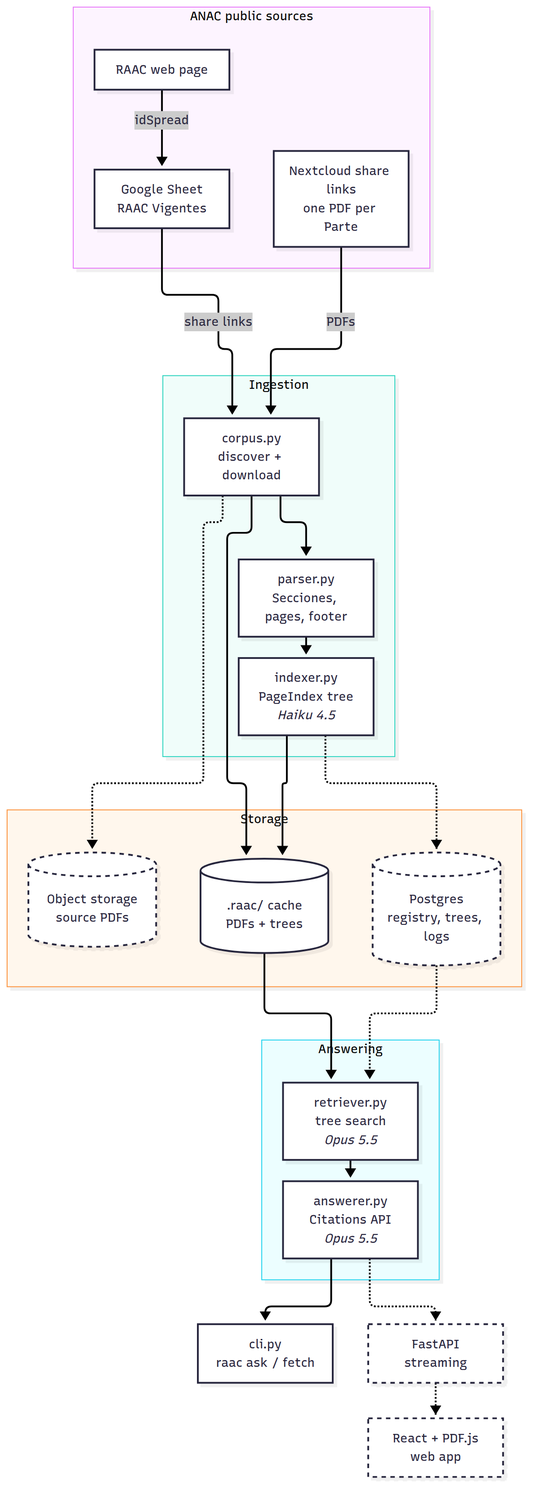
Above: docs/diagrams/architecture.png in Guernik/raac-rag (Mermaid), before the change. Its source is kept beside it as docs/diagrams/architecture.mmd.
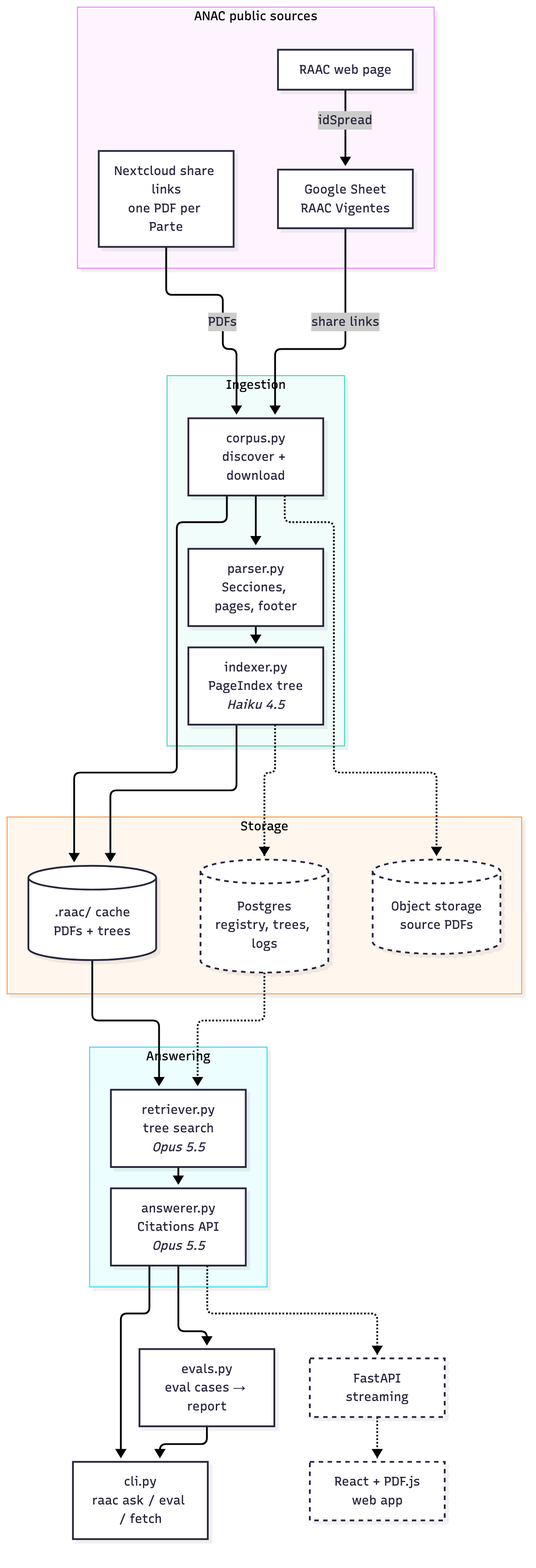
After the change.

Commit message:
docs: diagrams reflect ADR 0003 Framing, coverage line and raac eval

What changed in the source:
```diff
@@ -22,7 +22,9 @@
         answerer["answerer.py<br/>Citations API<br/><i>Opus 5.5</i>"]
     end
 
-    cli["cli.py<br/>raac ask / fetch"]
+    evals["evals.py<br/>eval cases → report"]
+
+    cli["cli.py<br/>raac ask / eval / fetch"]
     api["FastAPI<br/>streaming"]
     web["React + PDF.js<br/>web app"]
 
@@ -38,6 +40,7 @@
     pg -.-> retriever
     retriever --> answerer
     answerer --> cli
+    answerer --> evals --> cli
     answerer -.-> api -.-> web
 
     classDef planned stroke-dasharray: 5 5
```
